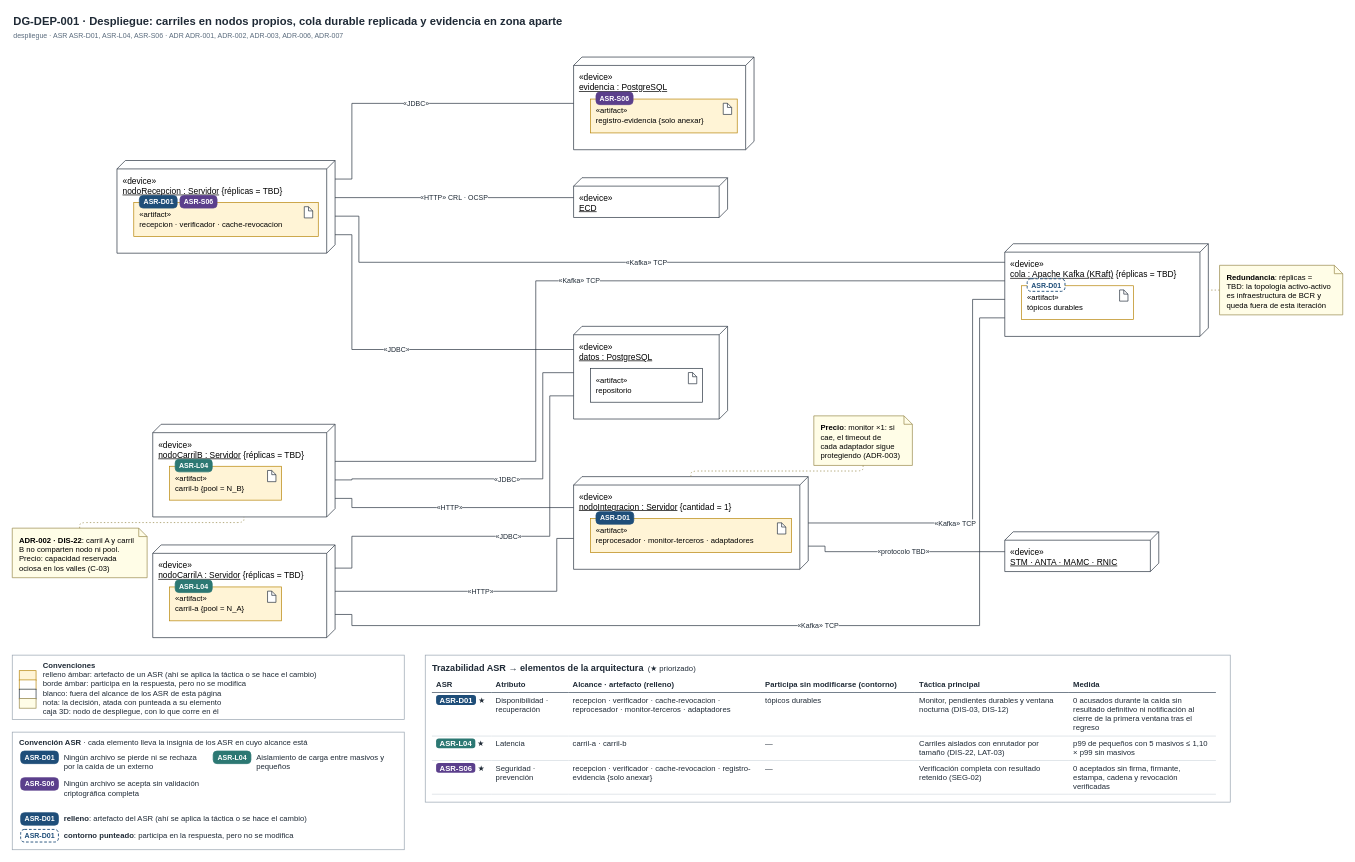
Above: page "DG-DEP-001 · Despliegue objetivo" (1 of 2) of docs/modelos/drawio/vista-despliegue.drawio in MATI-MBIT/arqsoft-reto-4 (draw.io), before the change. Source tidied: cells renumbered, new cells numbered last; positions are measured from the earlier drawing's top-left corner, leaving out a move shared by most shapes. Both pictures are drawn from the tidied source at 70%, with x=0, y=0 at pixel (12, 12).
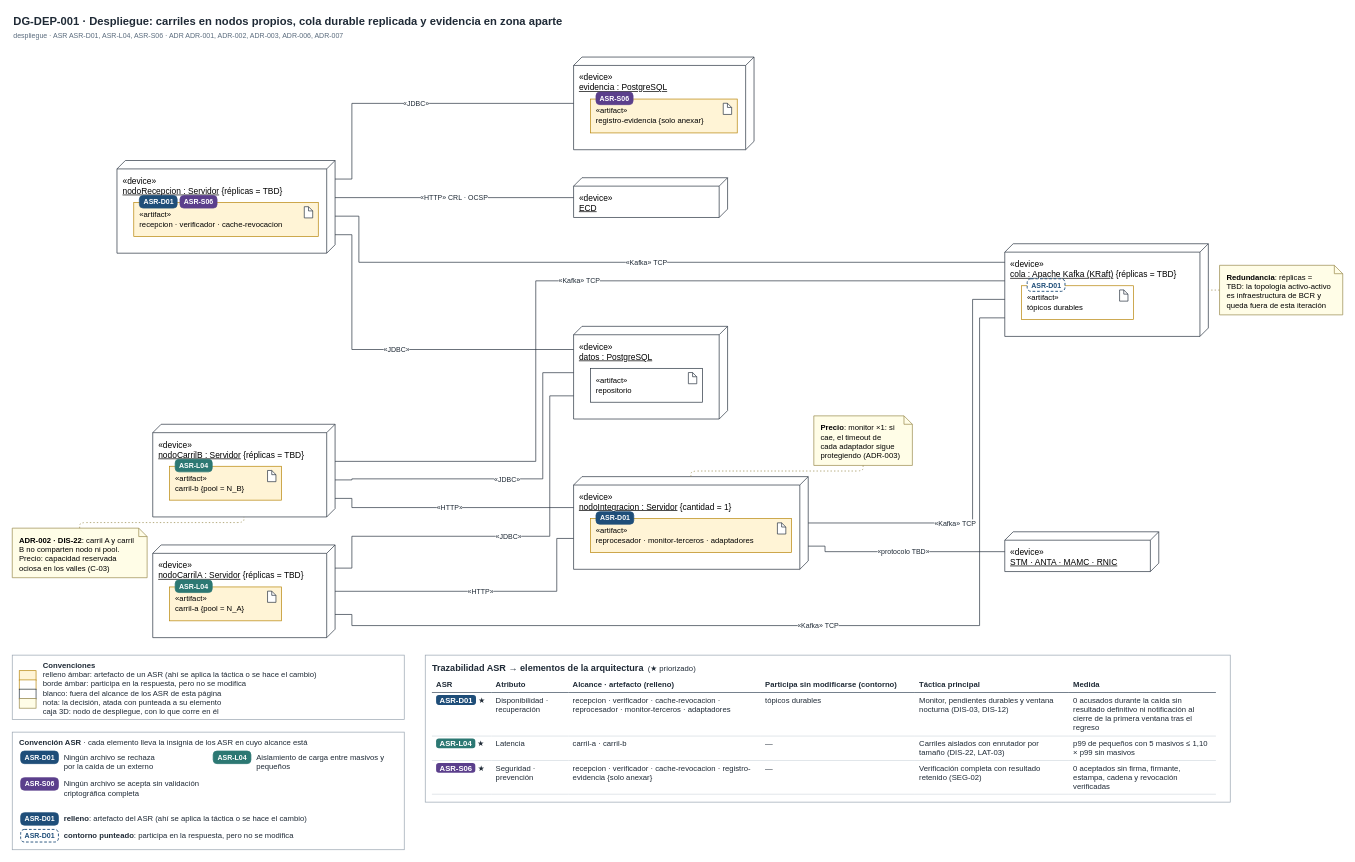
The same diagram, later.

The change refers to these unchanged cells:
```xml
<mxCell id="57" value="&lt;b&gt;Convención ASR&lt;/b&gt; · cada elemento lleva la insignia de los ASR en cuyo alcance está" style="text;rounded=0;whiteSpace=wrap;html=1;fillColor=#FFFFFF;strokeColor=#9AA5B1;align=left;verticalAlign=top;spacingLeft=8;spacingTop=2;fontFamily=Helvetica;fontSize=11;fontColor=#1F2A36;" parent="1" vertex="1">
  <mxGeometry y="1028.4" width="560" height="168" as="geometry" />
</mxCell>
```

What changed in the source:
```diff
@@
-    <mxCell id="59" value="Ningún archivo se pierde ni se rechaza&lt;br&gt;por la caída de un externo" style="text;html=1;align=left;verticalAlign=middle;fontFamily=Helvetica;fontSize=11;fontColor=#1F2A36;" parent="57" vertex="1">
+    <mxCell id="59" value="Ningún archivo se rechaza&lt;br&gt;por la caída de un externo" style="text;html=1;align=left;verticalAlign=middle;fontFamily=Helvetica;fontSize=11;fontColor=#1F2A36;" parent="57" vertex="1">
       <mxGeometry x="72" y="26" width="207" height="34" as="geometry" />
     </mxCell>
```
